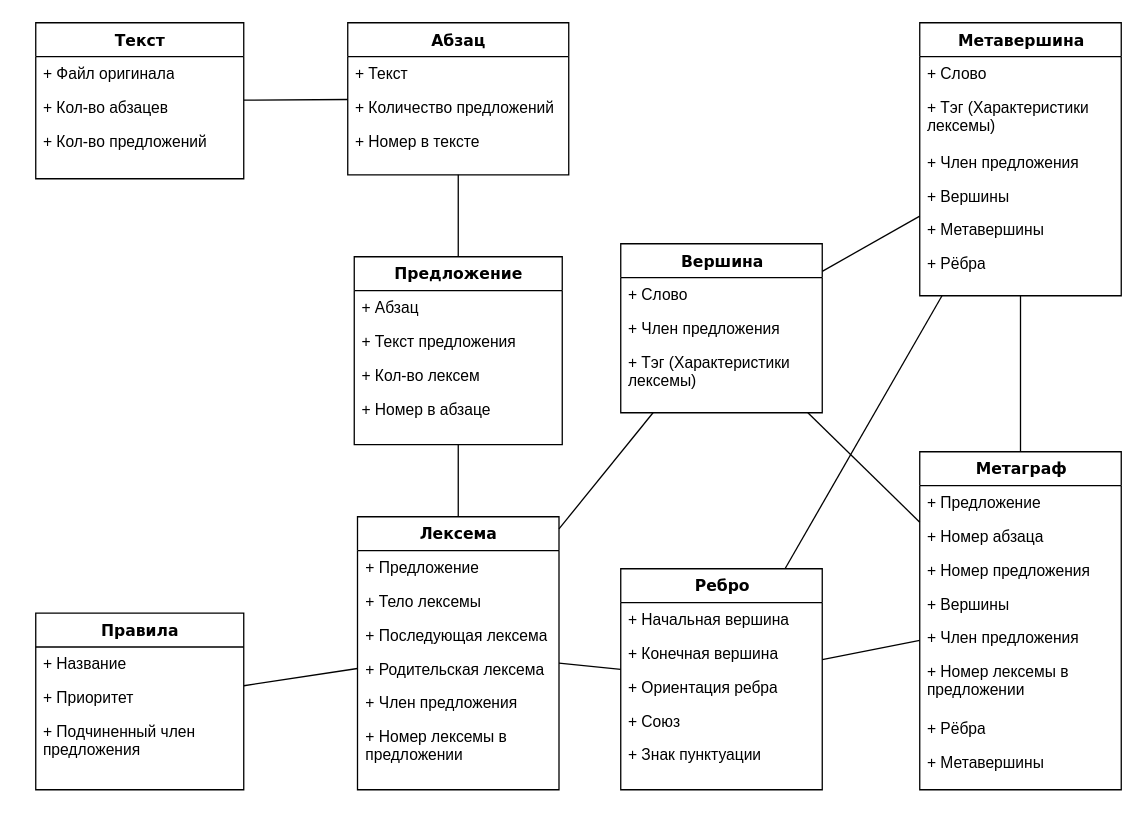
The draw.io diagram page "Page-4" (5 of 5) of lab4.drawio in DMfananddu/Computing-Facilities-AIPCS, before the edit. Source tidied: cells renumbered, new cells numbered last; positions are measured from the earlier drawing's top-left corner, leaving out a move shared by most shapes. Both pictures are drawn from the tidied source at 130%, with x=0, y=0 at pixel (35, 22).
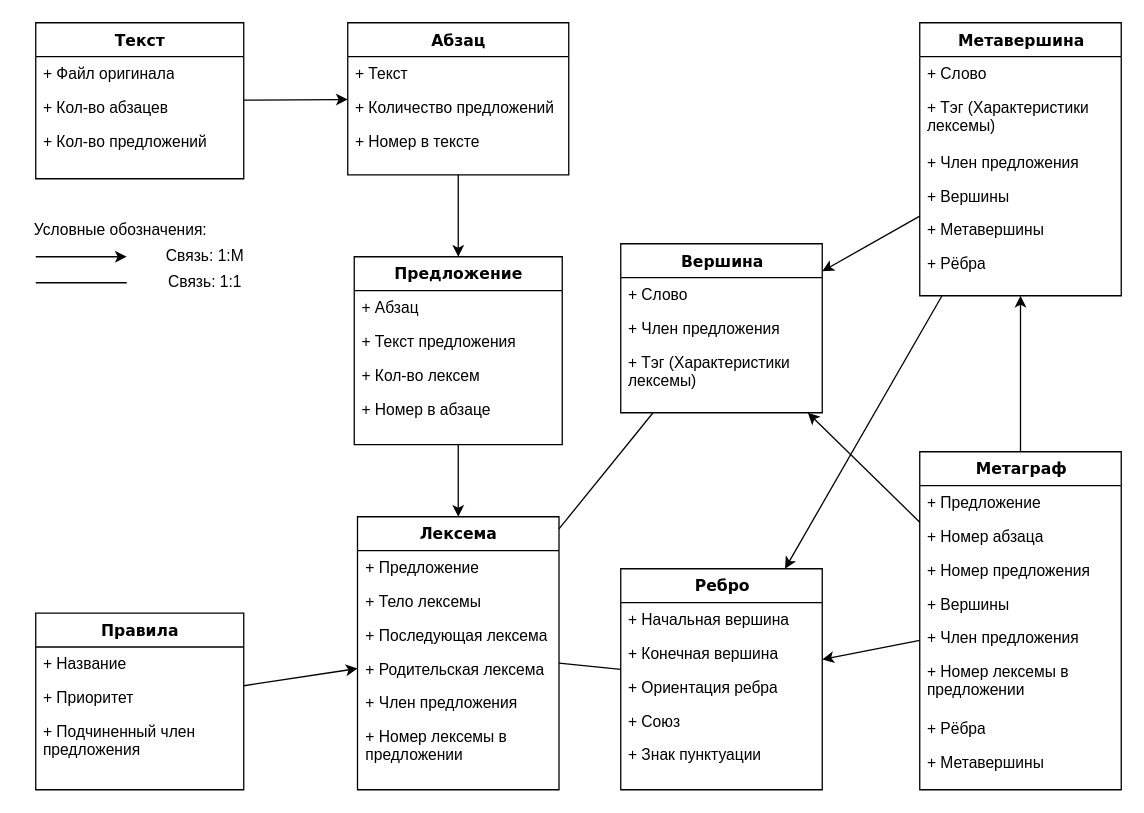
The same diagram, later.

The change refers to these unchanged cells:
```xml
<mxCell id="2" value="Предложение" style="swimlane;html=1;fontStyle=1;align=center;verticalAlign=top;horizontal=1;startSize=26;swimlaneFillColor=#ffffff;rounded=0;shadow=0;comic=0;labelBackgroundColor=none;strokeWidth=1;fillColor=none;fontFamily=Verdana;fontSize=12;" parent="1" vertex="1">
  <mxGeometry x="245" y="180" width="160" height="144.5" as="geometry" />
</mxCell>
<mxCell id="7" value="Абзац" style="swimlane;html=1;fontStyle=1;align=center;verticalAlign=top;horizontal=1;startSize=26;swimlaneFillColor=#ffffff;rounded=0;shadow=0;comic=0;labelBackgroundColor=none;strokeWidth=1;fillColor=none;fontFamily=Verdana;fontSize=12;" parent="1" vertex="1">
  <mxGeometry x="240" width="170" height="117" as="geometry" />
</mxCell>
<mxCell id="14" value="Правила" style="swimlane;html=1;fontStyle=1;align=center;verticalAlign=top;horizontal=1;startSize=26;swimlaneFillColor=#ffffff;rounded=0;shadow=0;comic=0;labelBackgroundColor=none;strokeWidth=1;fillColor=none;fontFamily=Verdana;fontSize=12;" parent="1" vertex="1">
  <mxGeometry y="454.2" width="160" height="135.8" as="geometry" />
</mxCell>
<mxCell id="18" value="Текст" style="swimlane;html=1;fontStyle=1;align=center;verticalAlign=top;horizontal=1;startSize=26;swimlaneFillColor=#ffffff;rounded=0;shadow=0;comic=0;labelBackgroundColor=none;strokeWidth=1;fillColor=none;fontFamily=Verdana;fontSize=12;" parent="1" vertex="1">
  <mxGeometry width="160" height="120" as="geometry" />
</mxCell>
<mxCell id="22" value="Лексема" style="swimlane;html=1;fontStyle=1;align=center;verticalAlign=top;horizontal=1;startSize=26;swimlaneFillColor=#ffffff;rounded=0;shadow=0;comic=0;labelBackgroundColor=none;strokeWidth=1;fillColor=none;fontFamily=Verdana;fontSize=12;" parent="1" vertex="1">
  <mxGeometry x="247.5" y="380" width="155" height="210" as="geometry" />
</mxCell>
<mxCell id="30" value="Метаграф" style="swimlane;html=1;fontStyle=1;align=center;verticalAlign=top;horizontal=1;startSize=26;swimlaneFillColor=#ffffff;rounded=0;shadow=0;comic=0;labelBackgroundColor=none;strokeWidth=1;fillColor=none;fontFamily=Verdana;fontSize=12;" parent="1" vertex="1">
  <mxGeometry x="680" y="330" width="155" height="260" as="geometry" />
</mxCell>
<mxCell id="39" value="Вершина" style="swimlane;html=1;fontStyle=1;align=center;verticalAlign=top;horizontal=1;startSize=26;swimlaneFillColor=#ffffff;rounded=0;shadow=0;comic=0;labelBackgroundColor=none;strokeWidth=1;fillColor=none;fontFamily=Verdana;fontSize=12;" parent="1" vertex="1">
  <mxGeometry x="450" y="170" width="155" height="130" as="geometry" />
</mxCell>
<mxCell id="43" value="Метавершина" style="swimlane;html=1;fontStyle=1;align=center;verticalAlign=top;horizontal=1;startSize=26;swimlaneFillColor=#ffffff;rounded=0;shadow=0;comic=0;labelBackgroundColor=none;strokeWidth=1;fillColor=none;fontFamily=Verdana;fontSize=12;" parent="1" vertex="1">
  <mxGeometry x="680" width="155" height="210" as="geometry" />
</mxCell>
<mxCell id="50" value="Ребро" style="swimlane;html=1;fontStyle=1;align=center;verticalAlign=top;horizontal=1;startSize=26;swimlaneFillColor=#ffffff;rounded=0;shadow=0;comic=0;labelBackgroundColor=none;strokeWidth=1;fillColor=none;fontFamily=Verdana;fontSize=12;" parent="1" vertex="1">
  <mxGeometry x="450" y="420" width="155" height="170" as="geometry" />
</mxCell>
```

Diff of the diagram source:
```diff
@@
-    <mxCell id="11" style="rounded=0;jettySize=auto;html=1;exitX=0.5;exitY=0;exitDx=0;exitDy=0;entryX=0.5;entryY=1;entryDx=0;entryDy=0;endArrow=none;endFill=0;" parent="1" edge="1" source="2" target="7">
+    <mxCell id="11" style="rounded=0;jettySize=auto;html=1;endArrow=classic;endFill=1;startArrow=none;startFill=0;" parent="1" edge="1" source="7" target="2">
       <mxGeometry relative="1" as="geometry" />
     </mxCell>
-    <mxCell id="12" style="edgeStyle=none;rounded=0;jettySize=auto;html=1;endArrow=none;endFill=0;" parent="1" edge="1" source="14" target="22">
+    <mxCell id="12" style="edgeStyle=none;rounded=0;jettySize=auto;html=1;endArrow=classic;endFill=1;" parent="1" edge="1" source="14" target="22">
       <mxGeometry relative="1" as="geometry" />
     </mxCell>
-    <mxCell id="13" style="edgeStyle=none;rounded=0;jettySize=auto;html=1;endArrow=none;endFill=0;" parent="1" edge="1" source="18" target="7">
+    <mxCell id="13" style="edgeStyle=none;rounded=0;jettySize=auto;html=1;endArrow=classic;endFill=1;startArrow=none;startFill=0;" parent="1" edge="1" source="18" target="7">
       <mxGeometry relative="1" as="geometry" />
     </mxCell>
@@
-    <mxCell id="29" style="edgeStyle=none;rounded=0;jettySize=auto;html=1;endArrow=none;endFill=0;" parent="1" edge="1" source="2" target="22">
+    <mxCell id="29" style="edgeStyle=none;rounded=0;jettySize=auto;html=1;endArrow=classic;endFill=1;" parent="1" edge="1" source="2" target="22">
       <mxGeometry relative="1" as="geometry" />
     </mxCell>
@@
-    <mxCell id="58" style="edgeStyle=none;rounded=0;jettySize=auto;html=1;endArrow=none;endFill=0;" parent="1" edge="1" source="50" target="30">
+    <mxCell id="58" style="edgeStyle=none;rounded=0;jettySize=auto;html=1;endArrow=classic;endFill=1;" parent="1" edge="1" source="30" target="50">
       <mxGeometry relative="1" as="geometry" />
     </mxCell>
-    <mxCell id="59" style="edgeStyle=none;rounded=0;jettySize=auto;html=1;endArrow=none;endFill=0;" parent="1" edge="1" source="39" target="30">
+    <mxCell id="59" style="edgeStyle=none;rounded=0;jettySize=auto;html=1;endArrow=classic;endFill=1;" parent="1" edge="1" source="30" target="39">
       <mxGeometry relative="1" as="geometry" />
     </mxCell>
-    <mxCell id="60" style="edgeStyle=none;rounded=0;jettySize=auto;html=1;endArrow=none;endFill=0;" parent="1" edge="1" source="43" target="30">
+    <mxCell id="60" style="edgeStyle=none;rounded=0;jettySize=auto;html=1;endArrow=classic;endFill=1;" parent="1" edge="1" source="30" target="43">
       <mxGeometry relative="1" as="geometry" />
     </mxCell>
-    <mxCell id="61" style="edgeStyle=none;rounded=0;jettySize=auto;html=1;endArrow=none;endFill=0;" parent="1" edge="1" source="50" target="43">
+    <mxCell id="61" style="edgeStyle=none;rounded=0;jettySize=auto;html=1;endArrow=classic;endFill=1;" parent="1" edge="1" source="43" target="50">
       <mxGeometry relative="1" as="geometry" />
     </mxCell>
-    <mxCell id="62" style="edgeStyle=none;rounded=0;jettySize=auto;html=1;endArrow=none;endFill=0;" parent="1" edge="1" source="39" target="43">
+    <mxCell id="62" style="edgeStyle=none;rounded=0;jettySize=auto;html=1;endArrow=classic;endFill=1;" parent="1" edge="1" source="43" target="39">
       <mxGeometry relative="1" as="geometry" />
     </mxCell>
+    <mxCell id="63" style="endArrow=classic;html=1;" parent="1" edge="1">
+      <mxGeometry relative="1" as="geometry">
+        <mxPoint y="180" as="sourcePoint" />
+        <mxPoint x="70" y="180" as="targetPoint" />
+      </mxGeometry>
+    </mxCell>
+    <mxCell id="64" value="Связь: 1:М" style="text;html=1;align=center;verticalAlign=middle;" parent="1" vertex="1">
+      <mxGeometry x="90" y="170" width="80" height="20" as="geometry" />
+    </mxCell>
+    <mxCell id="65" value="Условные обозначения:" style="text;html=1;align=center;verticalAlign=middle;" parent="1" vertex="1">
+      <mxGeometry x="-10" y="150" width="150" height="20" as="geometry" />
+    </mxCell>
+    <mxCell id="66" style="endArrow=none;html=1;endFill=0;" parent="1" edge="1">
+      <mxGeometry relative="1" as="geometry">
+        <mxPoint y="200" as="sourcePoint" />
+        <mxPoint x="70" y="200" as="targetPoint" />
+      </mxGeometry>
+    </mxCell>
+    <mxCell id="67" value="Связь: 1:1" style="text;html=1;align=center;verticalAlign=middle;" parent="1" vertex="1">
+      <mxGeometry x="95" y="190" width="70" height="20" as="geometry" />
+    </mxCell>
```
